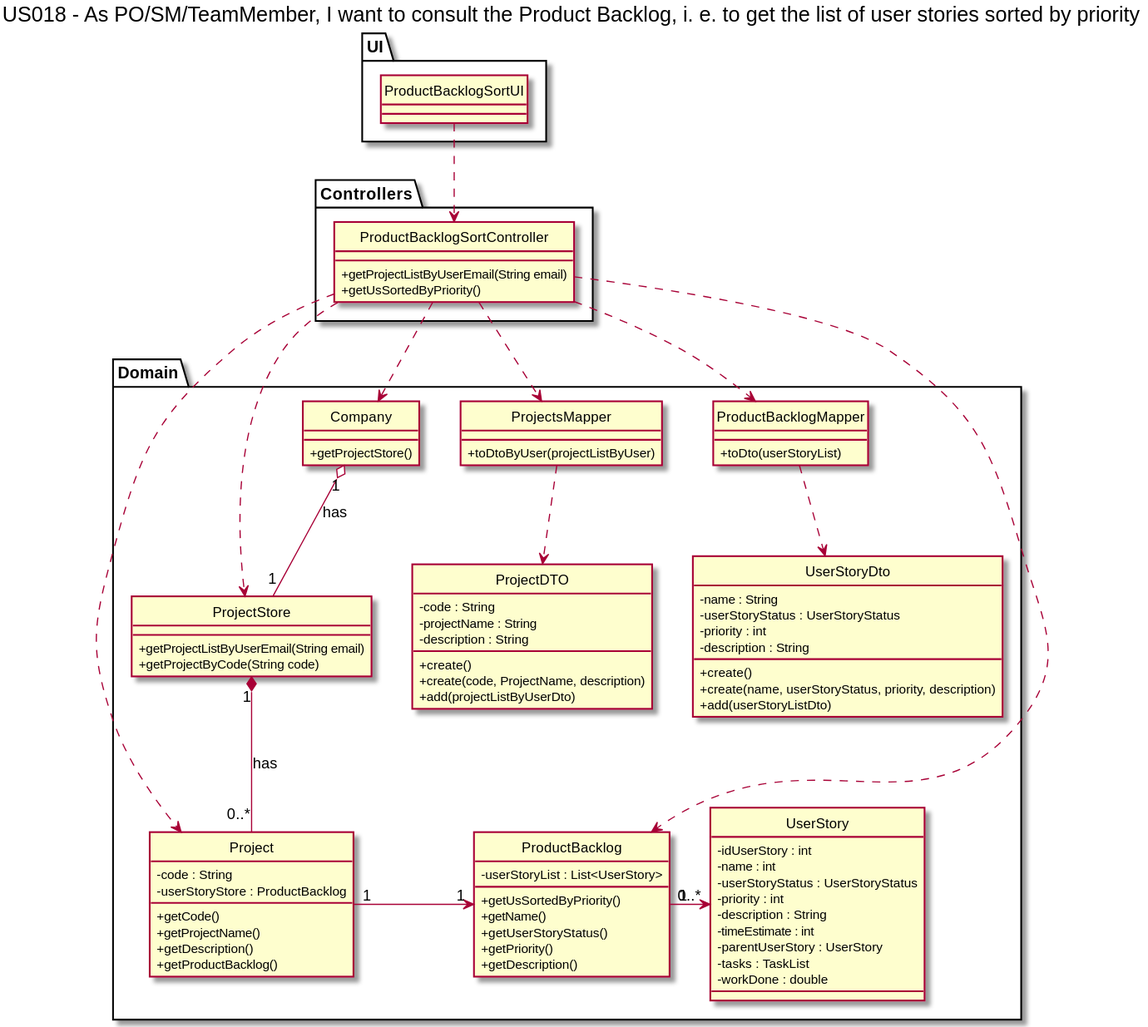
nunogon1211787/projectManagement keeps this PlantUML diagram as docs/Sprint2/US018/US18-CD.svg. Above is the earlier version. Its diagram source:
```plantuml
@startuml

hide circle
skinparam classAttributeIconSize 0

title US018 - As PO/SM/TeamMember, I want to consult the Product Backlog, i. e. to get the list of user stories sorted by priority

package "UI"{
class ProductBacklogSortUI {
}
}

package "Controllers"{
class ProductBacklogSortController {
    +getProjectListByUserEmail(String email)
    +getUsSortedByPriority()
}
}
package "Domain"{
class Company {
    +getProjectStore()
}

class ProjectStore {
+getProjectListByUserEmail(String email)
+getProjectByCode(String code)
}

class Project {
-code : String
-userStoryStore : ProductBacklog
+getCode()
+getProjectName()
+getDescription()
+getProductBacklog()
}

class ProductBacklog {
-userStoryList : List<UserStory>
+getUsSortedByPriority()
+getName()
+getUserStoryStatus()
+getPriority()
+getDescription()
}

class UserStory {
- idUserStory : int
- name : int
- userStoryStatus : UserStoryStatus
- priority : int
- description : String
- timeEstimate : int
- parentUserStory : UserStory
- tasks : TaskList
- workDone : double
}

class ProjectsMapper {
+toDtoByUser(projectListByUser)
}

class ProductBacklogMapper{
+toDto(userStoryList)
}

class ProjectDTO{
-code : String
-projectName : String
-description : String
+create()
+create(code, ProjectName, description)
+add(projectListByUserDto)
}

class UserStoryDto{
-name : String
-userStoryStatus : UserStoryStatus
-priority : int
- description : String
+create()
+create(name, userStoryStatus, priority, description)
+add(userStoryListDto)
}


ProductBacklogSortUI ..> ProductBacklogSortController

ProductBacklogSortController ..> Company
ProductBacklogSortController ..> ProjectStore
ProductBacklogSortController ..> ProjectsMapper
ProductBacklogSortController ..> Project
ProductBacklogSortController ..> ProductBacklog
ProductBacklogSortController ..> ProductBacklogMapper
ProjectsMapper ..> ProjectDTO
ProductBacklogMapper ..> UserStoryDto

Company "1" o-- "1" ProjectStore: has
ProjectStore "1" *-- "0..*" Project: has
Project "1" -> "1" ProductBacklog
ProductBacklog "1" -> "0..*" UserStory
@enduml
```
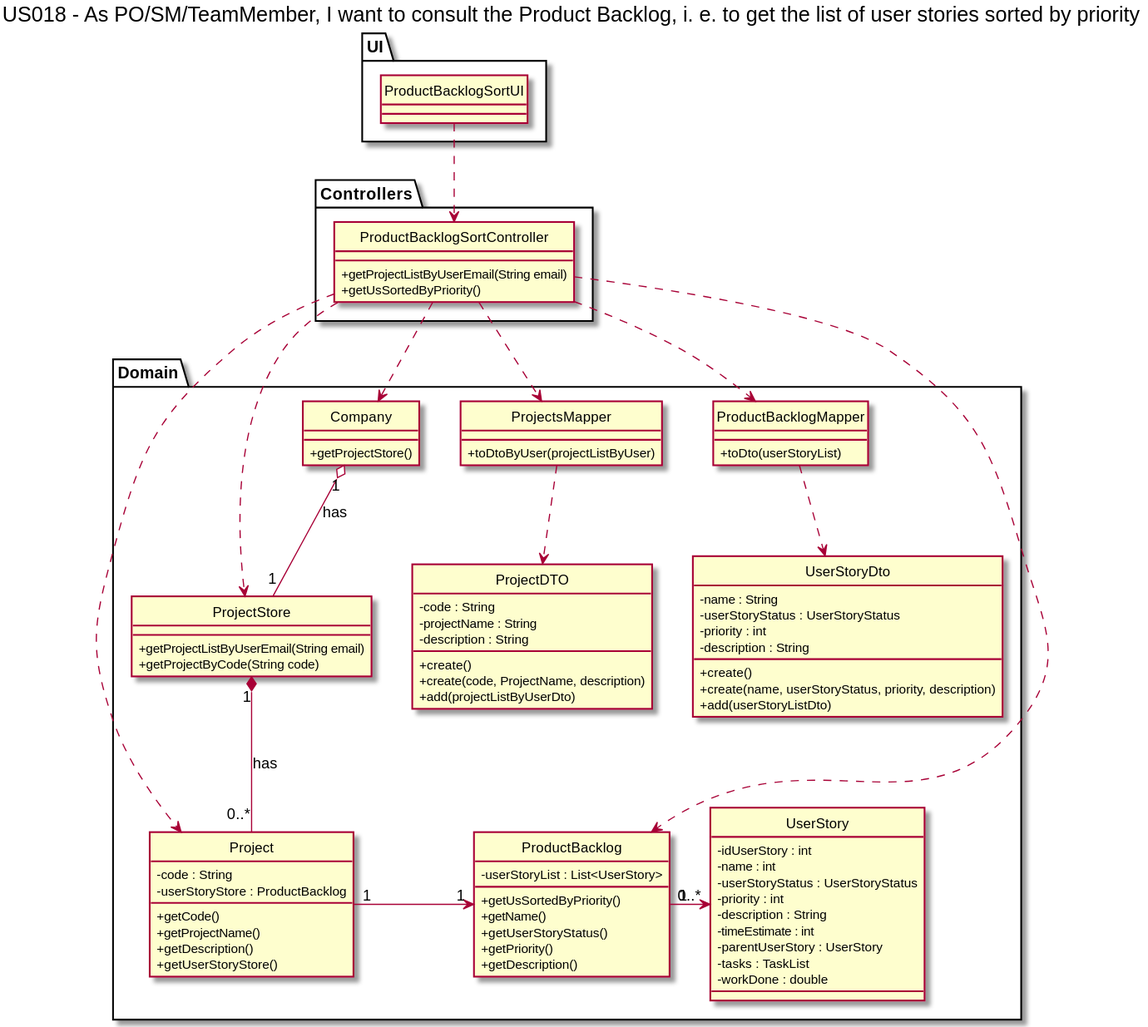
After the commit.

What changed in the source:
```diff
@@ -32,7 +32,7 @@
 +getCode()
 +getProjectName()
 +getDescription()
-+getProductBacklog()
++getUserStoryStore()
 }
 
 class ProductBacklog {
```
